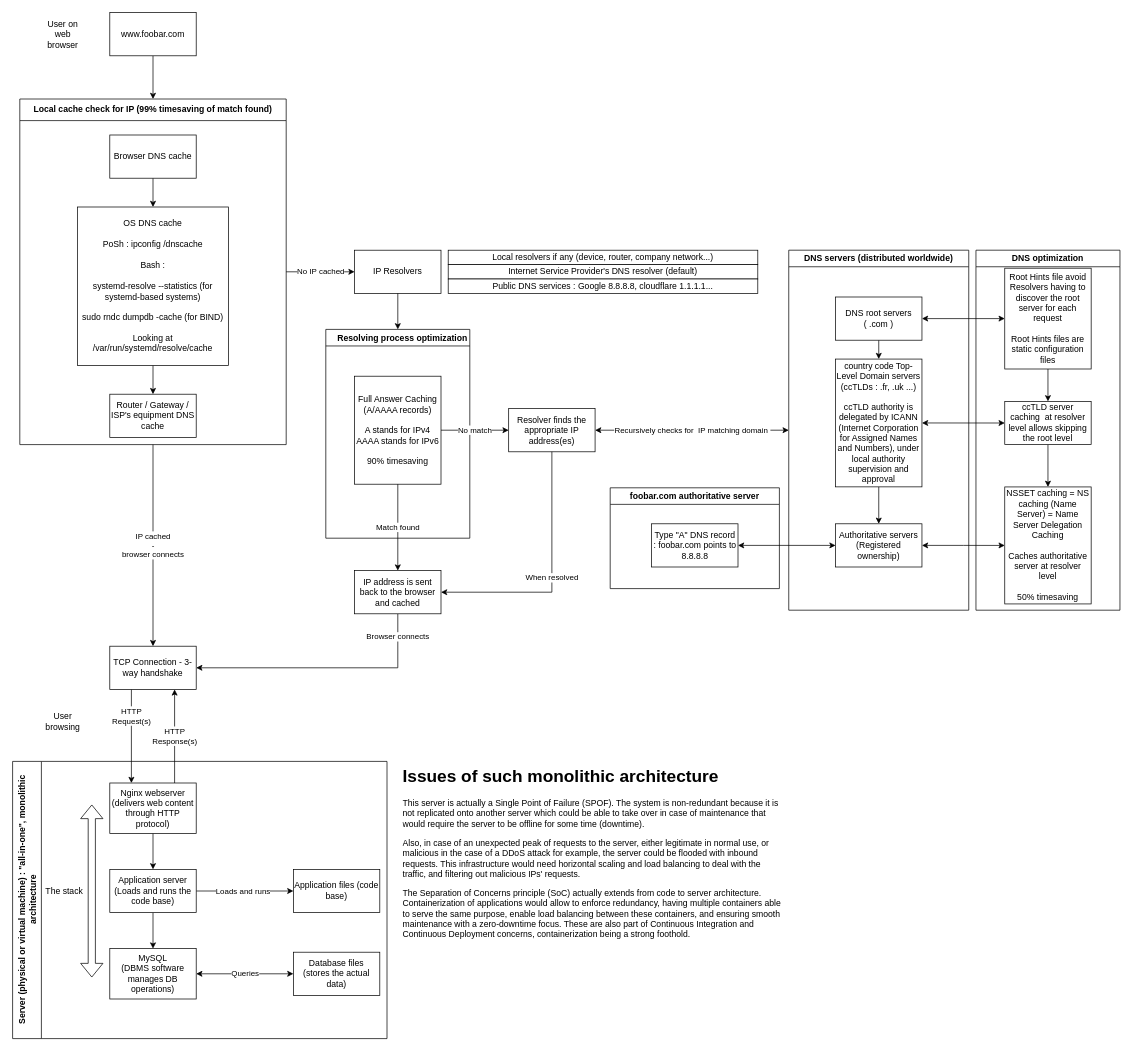
jmitchell35/holbertonschool-system_engineering-devops keeps this draw.io diagram as web_infrastructure_design/0-simple_web_stack.drawio. Above is the earlier version. Source tidied: cells renumbered, new cells numbered last; positions are measured from the earlier drawing's top-left corner, leaving out a move shared by most shapes. Both pictures are drawn from the tidied source at 72%, with x=0, y=0 at pixel (12, 12).
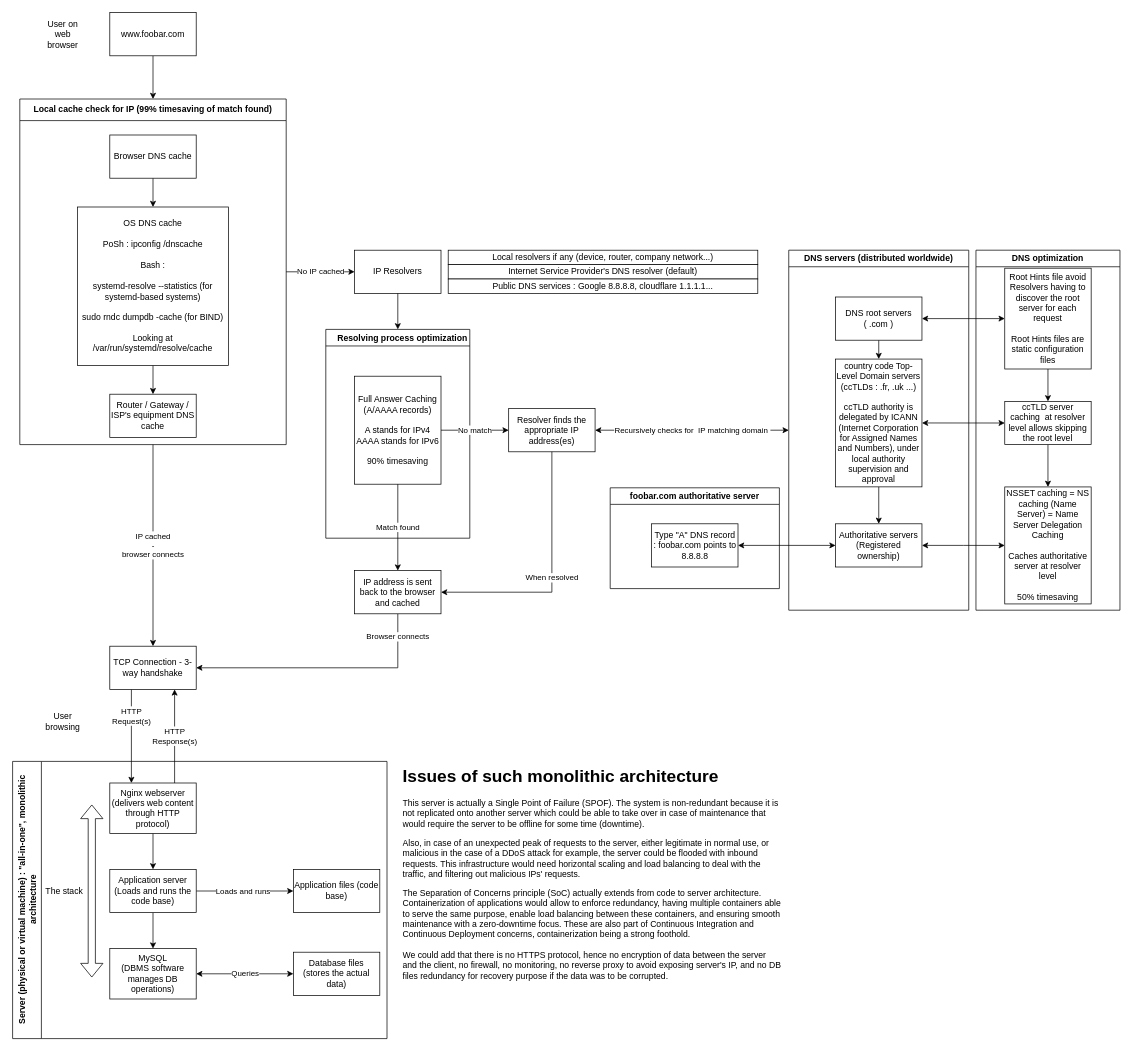
The same page after the edit.

Commit message:
Refined issues

Change to the diagram source:
```diff
@@
-    <mxCell id="17" value="&lt;h1 style=&quot;margin-top: 0px;&quot;&gt;Issues of such monolithic architecture&lt;/h1&gt;&lt;p&gt;This server is actually a Single Point of Failure (SPOF). The system is non-redundant because it is not replicated onto another server which could be able to take over in case of maintenance that would require the server to be offline for some time (downtime).&lt;br&gt;&lt;/p&gt;&lt;p&gt;Also, in case of an unexpected peak of requests to the server, either legitimate in normal use, or malicious in the case of a DDoS attack for example, the server could be flooded with inbound requests. This infrastructure would need horizontal scaling and load balancing to deal with the traffic, and filtering out malicious IPs' requests.&lt;/p&gt;&lt;p&gt;The Separation of Concerns principle (SoC) actually extends from code to server architecture. Containerization of applications would allow to enforce redundancy, having multiple containers able to serve the same purpose, enable load balancing between these containers, and ensuring smooth maintenance with a zero-downtime focus. These are also part of Continuous Integration and Continuous Deployment concerns, containerization being a strong foothold.&lt;/p&gt;" style="text;html=1;whiteSpace=wrap;overflow=hidden;rounded=0;" parent="1" vertex="1">
-      <mxGeometry x="540" y="1040" width="530" height="250" as="geometry" />
+    <mxCell id="17" value="&lt;h1 style=&quot;margin-top: 0px;&quot;&gt;Issues of such monolithic architecture&lt;/h1&gt;&lt;p&gt;This server is actually a Single Point of Failure (SPOF). The system is non-redundant because it is not replicated onto another server which could be able to take over in case of maintenance that would require the server to be offline for some time (downtime).&lt;br&gt;&lt;/p&gt;&lt;p&gt;Also, in case of an unexpected peak of requests to the server, either legitimate in normal use, or malicious in the case of a DDoS attack for example, the server could be flooded with inbound requests. This infrastructure would need horizontal scaling and load balancing to deal with the traffic, and filtering out malicious IPs' requests.&lt;/p&gt;&lt;p&gt;The Separation of Concerns principle (SoC) actually extends from code to server architecture. Containerization of applications would allow to enforce redundancy, having multiple containers able to serve the same purpose, enable load balancing between these containers, and ensuring smooth maintenance with a zero-downtime focus. These are also part of Continuous Integration and Continuous Deployment concerns, containerization being a strong foothold.&lt;br&gt;&lt;br&gt;We could add that there is no HTTPS protocol, hence no encryption of data between the server and the client, no firewall, no monitoring, no reverse proxy to avoid exposing server's IP, and no DB files redundancy for recovery purpose if the data was to be corrupted.&lt;/p&gt;" style="text;html=1;whiteSpace=wrap;overflow=hidden;rounded=0;" parent="1" vertex="1">
+      <mxGeometry x="540" y="1040" width="530" height="310" as="geometry" />
     </mxCell>
```
